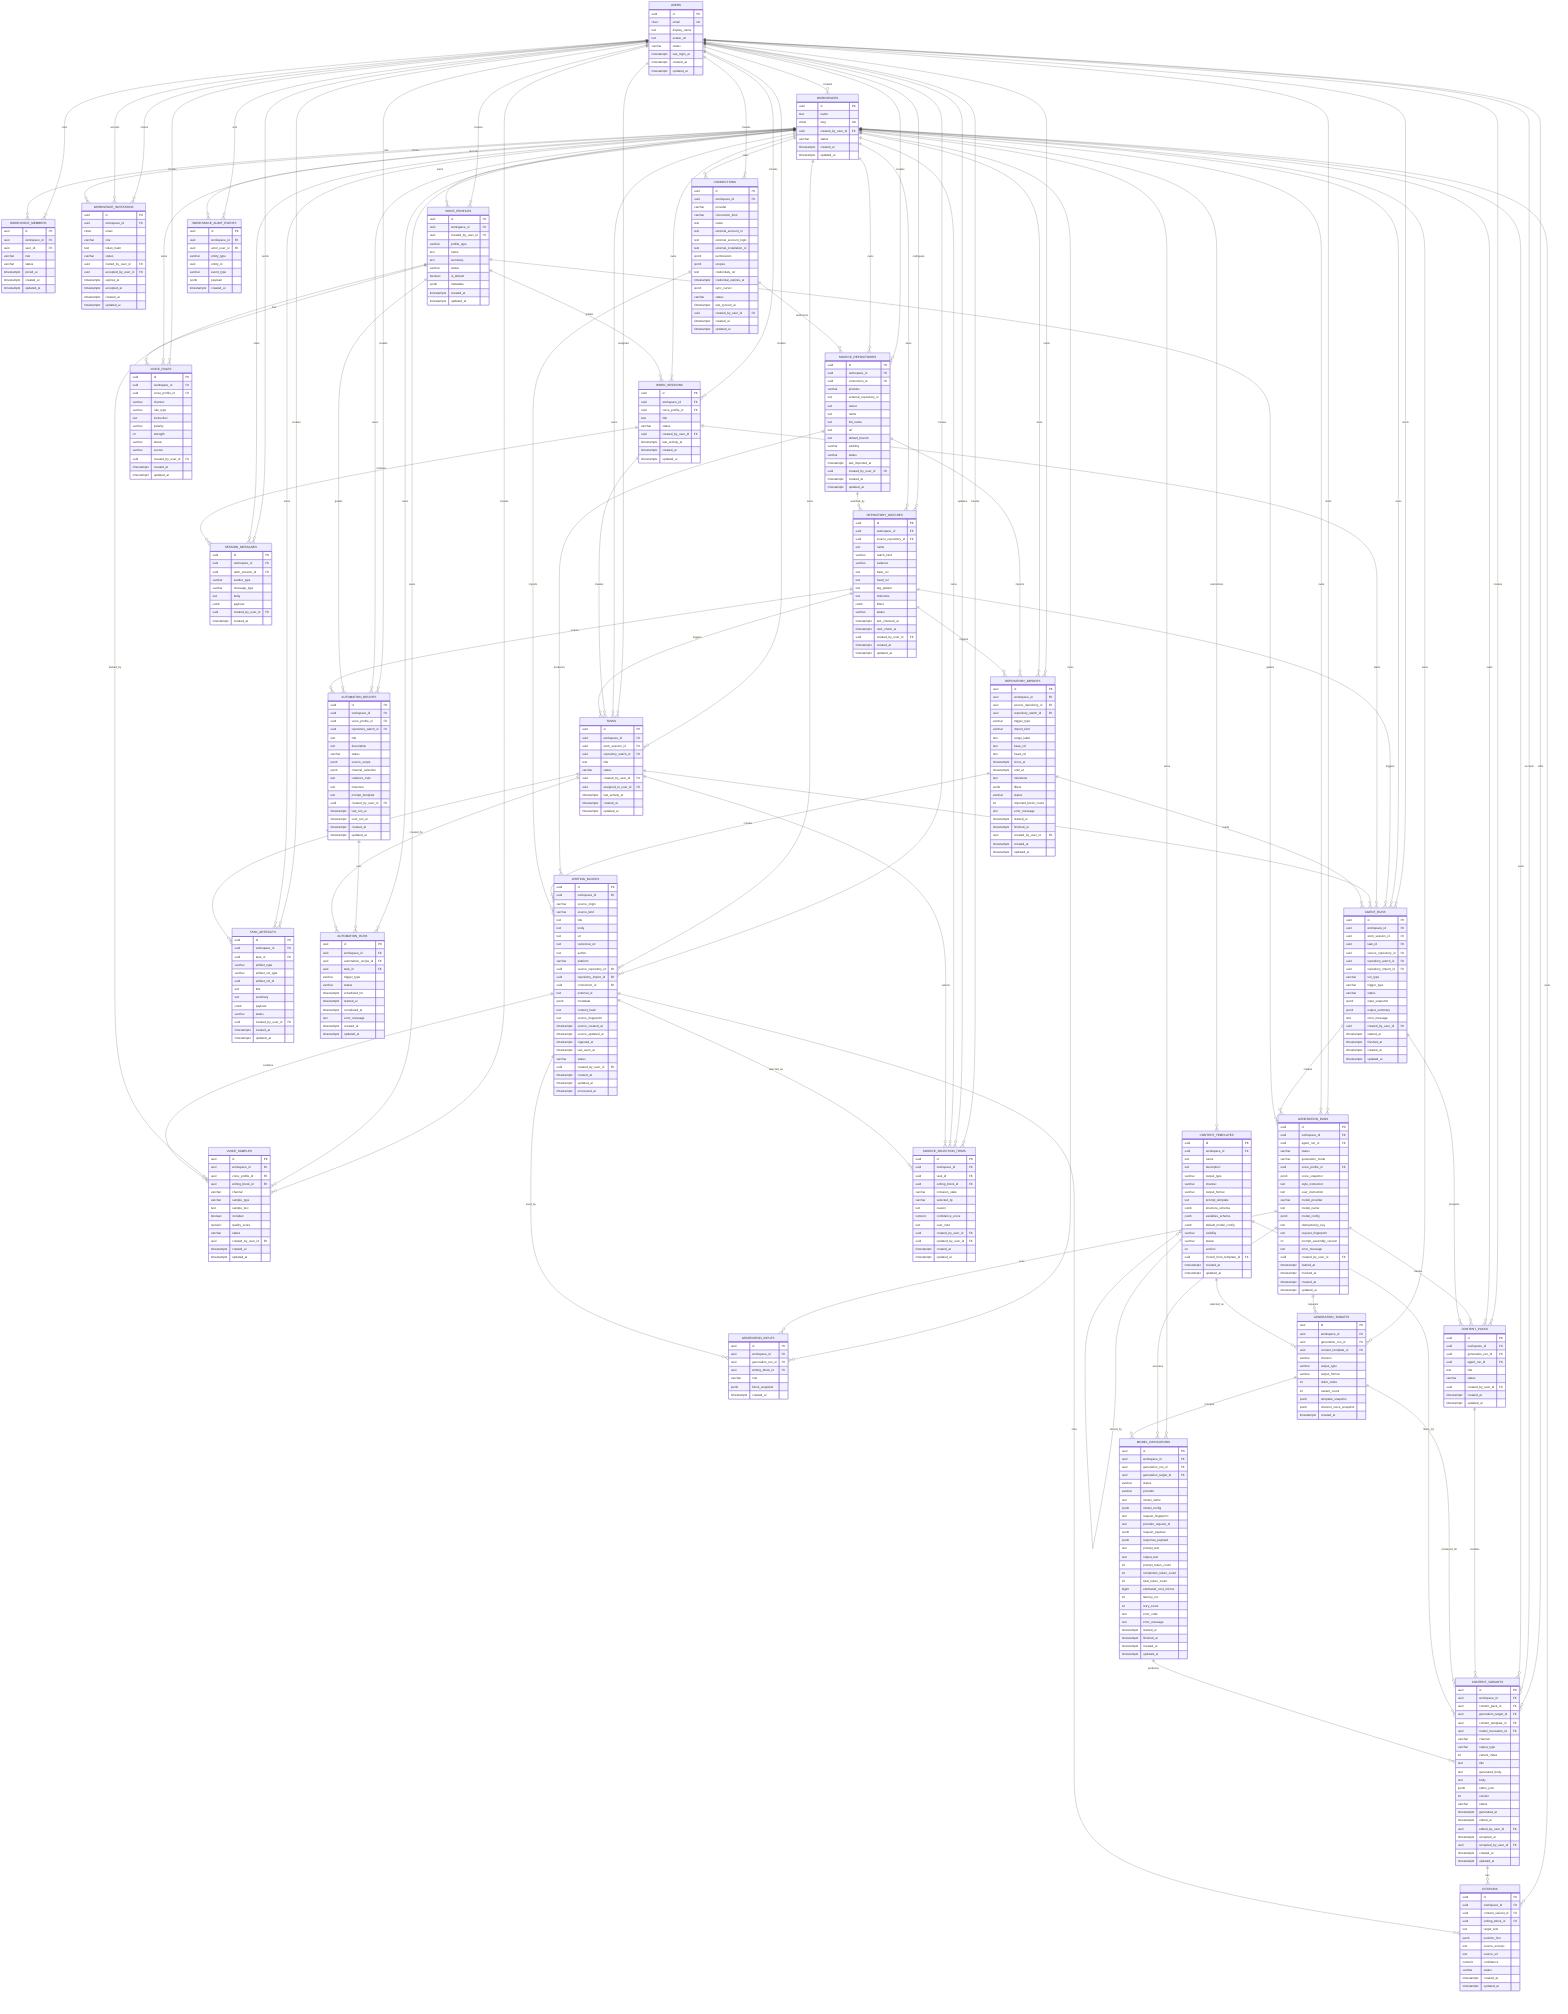
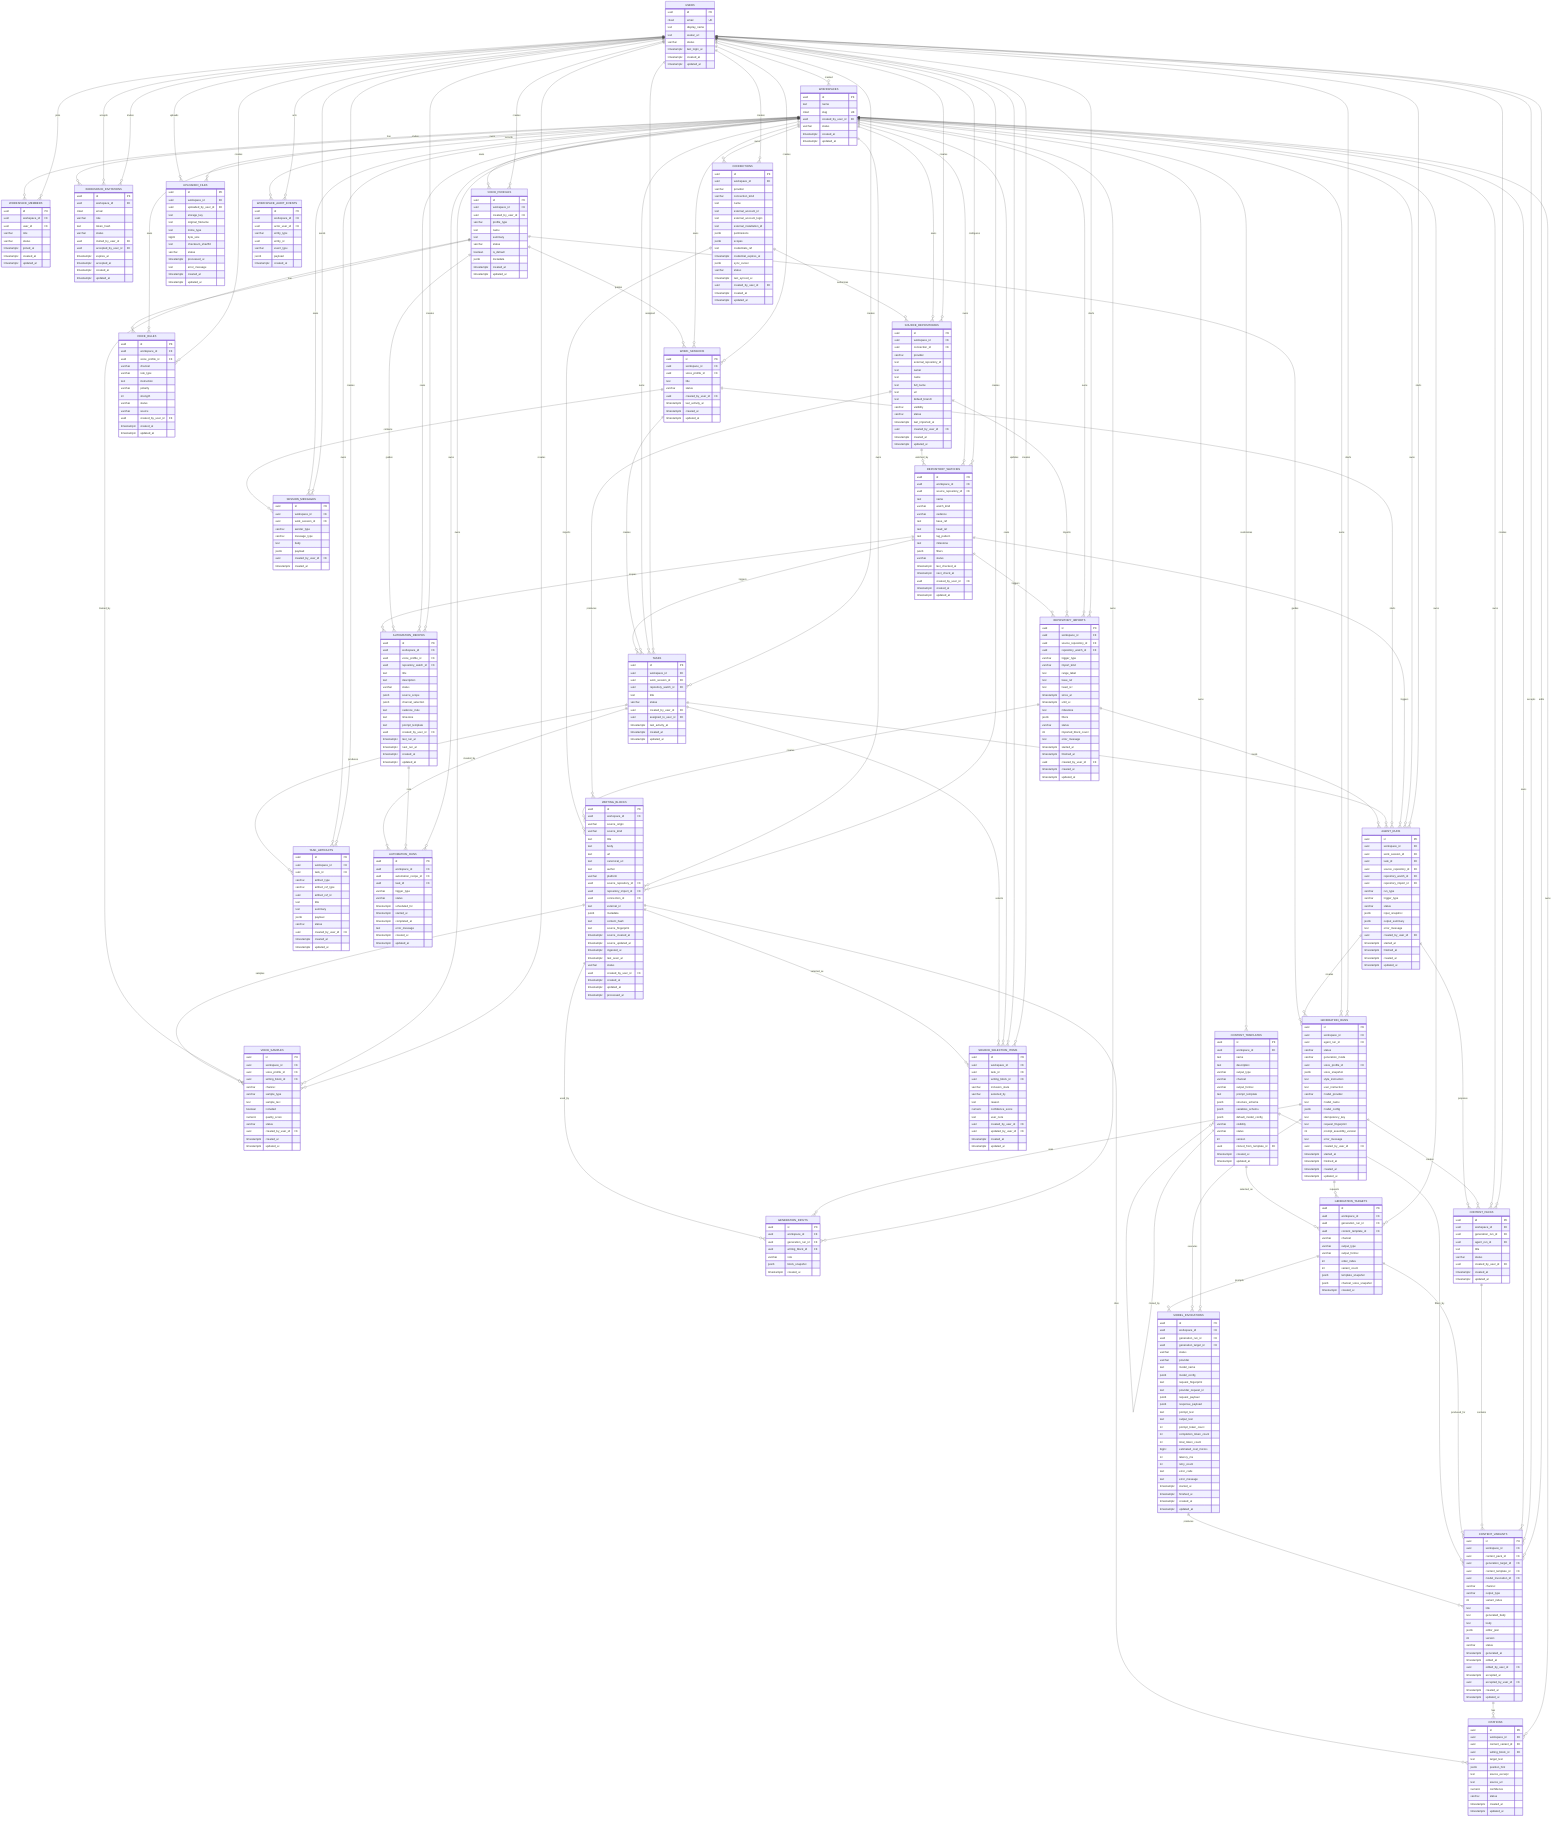
erDiagram
    USERS {
        uuid id PK
        citext email UK
        text display_name
        text avatar_url
        varchar status
        timestamptz last_login_at
        timestamptz created_at
        timestamptz updated_at
    }

    WORKSPACES {
        uuid id PK
        text name
        citext slug UK
        uuid created_by_user_id FK
        varchar status
        timestamptz created_at
        timestamptz updated_at
    }

    WORKSPACE_MEMBERS {
        uuid id PK
        uuid workspace_id FK
        uuid user_id FK
        varchar role
        varchar status
        timestamptz joined_at
        timestamptz created_at
        timestamptz updated_at
    }

    WORKSPACE_INVITATIONS {
        uuid id PK
        uuid workspace_id FK
        citext email
        varchar role
        text token_hash
        varchar status
        uuid invited_by_user_id FK
        uuid accepted_by_user_id FK
        timestamptz expires_at
        timestamptz accepted_at
        timestamptz created_at
        timestamptz updated_at
    }

    SOURCE_REPOSITORIES {
        uuid id PK
        uuid workspace_id FK
        uuid connection_id FK
        varchar provider
        text external_repository_id
        text owner
        text name
        text full_name
        text url
        text default_branch
        varchar visibility
        varchar status
        timestamptz last_imported_at
        uuid created_by_user_id FK
        timestamptz created_at
        timestamptz updated_at
    }

    REPOSITORY_WATCHES {
        uuid id PK
        uuid workspace_id FK
        uuid source_repository_id FK
        text name
        varchar watch_kind
        varchar cadence
        text base_ref
        text head_ref
        text tag_pattern
        text milestone
        jsonb filters
        varchar status
        timestamptz last_checked_at
        timestamptz next_check_at
        uuid created_by_user_id FK
        timestamptz created_at
        timestamptz updated_at
    }

    REPOSITORY_IMPORTS {
        uuid id PK
        uuid workspace_id FK
        uuid source_repository_id FK
        uuid repository_watch_id FK
        varchar trigger_type
        varchar import_kind
        text range_label
        text base_ref
        text head_ref
        timestamptz since_at
        timestamptz until_at
        text milestone
        jsonb filters
        varchar status
        int imported_block_count
        text error_message
        timestamptz started_at
        timestamptz finished_at
        uuid created_by_user_id FK
        timestamptz created_at
        timestamptz updated_at
    }

    CONNECTIONS {
        uuid id PK
        uuid workspace_id FK
        varchar provider
        varchar connection_kind
        text name
        text external_account_id
        text external_account_login
        text external_installation_id
        jsonb permissions
        jsonb scopes
        text credentials_ref
        timestamptz credential_expires_at
        jsonb sync_cursor
        varchar status
        timestamptz last_synced_at
        uuid created_by_user_id FK
        timestamptz created_at
        timestamptz updated_at
    }

    WRITING_BLOCKS {
        uuid id PK
        uuid workspace_id FK
        varchar source_origin
        varchar source_kind
        text title
        text body
        text url
        text canonical_url
        text author
        varchar platform
        uuid source_repository_id FK
        uuid repository_import_id FK
        uuid connection_id FK
        text external_id
        jsonb metadata
        text content_hash
        text source_fingerprint
        timestamptz source_created_at
        timestamptz source_updated_at
        timestamptz ingested_at
        timestamptz last_seen_at
        varchar status
        uuid created_by_user_id FK
        timestamptz created_at
        timestamptz updated_at
        timestamptz processed_at
+     }
+ 
+     UPLOADED_FILES {
+         uuid id PK
+         uuid workspace_id FK
+         uuid uploaded_by_user_id FK
+         text storage_key
+         text original_filename
+         text mime_type
+         bigint byte_size
+         text checksum_sha256
+         varchar status
+         timestamptz processed_at
+         text error_message
+         timestamptz created_at
+         timestamptz updated_at
    }

    VOICE_PROFILES {
        uuid id PK
        uuid workspace_id FK
        uuid created_by_user_id FK
        varchar profile_type
        text name
        text summary
        varchar status
        boolean is_default
        jsonb metadata
        timestamptz created_at
        timestamptz updated_at
    }

    VOICE_SAMPLES {
        uuid id PK
        uuid workspace_id FK
        uuid voice_profile_id FK
        uuid writing_block_id FK
        varchar channel
        varchar sample_type
        text sample_text
        boolean included
        numeric quality_score
        varchar status
        uuid created_by_user_id FK
        timestamptz created_at
        timestamptz updated_at
    }

    VOICE_RULES {
        uuid id PK
        uuid workspace_id FK
        uuid voice_profile_id FK
        varchar channel
        varchar rule_type
        text instruction
        varchar polarity
        int strength
        varchar status
        varchar source
        uuid created_by_user_id FK
        timestamptz created_at
        timestamptz updated_at
    }

    CONTENT_TEMPLATES {
        uuid id PK
        uuid workspace_id FK
        text name
        text description
        varchar output_type
        varchar channel
        varchar output_format
        text prompt_template
        jsonb structure_schema
        jsonb variables_schema
        jsonb default_model_config
        varchar visibility
        varchar status
        int version
        uuid cloned_from_template_id FK
        timestamptz created_at
        timestamptz updated_at
    }

    WORK_SESSIONS {
        uuid id PK
        uuid workspace_id FK
        uuid voice_profile_id FK
        text title
        varchar status
        uuid created_by_user_id FK
        timestamptz last_activity_at
        timestamptz created_at
        timestamptz updated_at
    }

    SESSION_MESSAGES {
        uuid id PK
        uuid workspace_id FK
        uuid work_session_id FK
        varchar sender_type
        varchar message_type
        text body
        jsonb payload
        uuid created_by_user_id FK
        timestamptz created_at
    }

    TASKS {
        uuid id PK
        uuid workspace_id FK
        uuid work_session_id FK
        uuid repository_watch_id FK
        text title
        varchar status
        uuid created_by_user_id FK
        uuid assigned_to_user_id FK
        timestamptz last_activity_at
        timestamptz created_at
        timestamptz updated_at
    }

    TASK_ARTIFACTS {
        uuid id PK
        uuid workspace_id FK
        uuid task_id FK
        varchar artifact_type
        varchar artifact_ref_type
        uuid artifact_ref_id
        text title
        text summary
        jsonb payload
        varchar status
        uuid created_by_user_id FK
        timestamptz created_at
        timestamptz updated_at
    }

    SOURCE_SELECTION_ITEMS {
        uuid id PK
        uuid workspace_id FK
        uuid task_id FK
        uuid writing_block_id FK
        varchar inclusion_state
        varchar selected_by
        text reason
        numeric confidence_score
        text user_note
        uuid created_by_user_id FK
        uuid updated_by_user_id FK
        timestamptz created_at
        timestamptz updated_at
    }

    AUTOMATION_RECIPES {
        uuid id PK
        uuid workspace_id FK
        uuid voice_profile_id FK
        uuid repository_watch_id FK
        text title
        text description
        varchar status
        jsonb source_scope
        jsonb channel_selection
        text cadence_rrule
        text timezone
        text prompt_template
        uuid created_by_user_id FK
        timestamptz last_run_at
        timestamptz next_run_at
        timestamptz created_at
        timestamptz updated_at
    }

    AUTOMATION_RUNS {
        uuid id PK
        uuid workspace_id FK
        uuid automation_recipe_id FK
        uuid task_id FK
        varchar trigger_type
        varchar status
        timestamptz scheduled_for
        timestamptz started_at
        timestamptz completed_at
        text error_message
        timestamptz created_at
        timestamptz updated_at
    }

    AGENT_RUNS {
        uuid id PK
        uuid workspace_id FK
        uuid work_session_id FK
        uuid task_id FK
        uuid source_repository_id FK
        uuid repository_watch_id FK
        uuid repository_import_id FK
        varchar run_type
        varchar trigger_type
        varchar status
        jsonb input_snapshot
        jsonb output_summary
        text error_message
        uuid created_by_user_id FK
        timestamptz started_at
        timestamptz finished_at
        timestamptz created_at
        timestamptz updated_at
    }

    GENERATION_RUNS {
        uuid id PK
        uuid workspace_id FK
        uuid agent_run_id FK
        varchar status
        varchar generation_mode
        uuid voice_profile_id FK
        jsonb voice_snapshot
        text style_instruction
        text user_instruction
        varchar model_provider
        text model_name
        jsonb model_config
        text idempotency_key
        text request_fingerprint
        int prompt_assembly_version
        text error_message
        uuid created_by_user_id FK
        timestamptz started_at
        timestamptz finished_at
        timestamptz created_at
        timestamptz updated_at
    }

    GENERATION_INPUTS {
        uuid id PK
        uuid workspace_id FK
        uuid generation_run_id FK
        uuid writing_block_id FK
        varchar role
        jsonb block_snapshot
        timestamptz created_at
    }

    GENERATION_TARGETS {
        uuid id PK
        uuid workspace_id FK
        uuid generation_run_id FK
        uuid content_template_id FK
        varchar channel
        varchar output_type
        varchar output_format
        int order_index
        int variant_count
        jsonb template_snapshot
        jsonb channel_voice_snapshot
        timestamptz created_at
    }

    MODEL_INVOCATIONS {
        uuid id PK
        uuid workspace_id FK
        uuid generation_run_id FK
        uuid generation_target_id FK
        varchar status
        varchar provider
        text model_name
        jsonb model_config
        text request_fingerprint
        text provider_request_id
        jsonb request_payload
        jsonb response_payload
        text prompt_text
        text output_text
        int prompt_token_count
        int completion_token_count
        int total_token_count
        bigint estimated_cost_micros
        int latency_ms
        int retry_count
        text error_code
        text error_message
        timestamptz started_at
        timestamptz finished_at
        timestamptz created_at
        timestamptz updated_at
    }

    CONTENT_PACKS {
        uuid id PK
        uuid workspace_id FK
        uuid generation_run_id FK
        uuid agent_run_id FK
        text title
        varchar status
        uuid created_by_user_id FK
        timestamptz created_at
        timestamptz updated_at
    }

    CONTENT_VARIANTS {
        uuid id PK
        uuid workspace_id FK
        uuid content_pack_id FK
        uuid generation_target_id FK
        uuid content_template_id FK
        uuid model_invocation_id FK
        varchar channel
        varchar output_type
        int variant_index
        text title
        text generated_body
        text body
        jsonb editor_json
        int version
        varchar status
        timestamptz generated_at
        timestamptz edited_at
        uuid edited_by_user_id FK
        timestamptz accepted_at
        uuid accepted_by_user_id FK
        timestamptz created_at
        timestamptz updated_at
    }

    CITATIONS {
        uuid id PK
        uuid workspace_id FK
        uuid content_variant_id FK
        uuid writing_block_id FK
        text target_text
        jsonb position_hint
        text source_excerpt
        text source_url
        numeric confidence
        varchar status
        timestamptz created_at
        timestamptz updated_at
    }

    WORKSPACE_AUDIT_EVENTS {
        uuid id PK
        uuid workspace_id FK
        uuid actor_user_id FK
        varchar entity_type
        uuid entity_id
        varchar event_type
        jsonb payload
        timestamptz created_at
    }

    USERS ||--o{ WORKSPACES : created
    USERS ||--o{ WORKSPACE_MEMBERS : joins
    USERS ||--o{ WORKSPACE_INVITATIONS : invites
    USERS ||--o{ WORKSPACE_INVITATIONS : accepts
    USERS ||--o{ SOURCE_REPOSITORIES : creates
    USERS ||--o{ REPOSITORY_WATCHES : configures
    USERS ||--o{ REPOSITORY_IMPORTS : starts
    USERS ||--o{ CONNECTIONS : creates
    USERS ||--o{ WRITING_BLOCKS : creates
    USERS ||--o{ VOICE_PROFILES : creates
    USERS ||--o{ VOICE_SAMPLES : creates
    USERS ||--o{ VOICE_RULES : creates
    USERS ||--o{ WORK_SESSIONS : creates
    USERS ||--o{ SESSION_MESSAGES : sends
    USERS ||--o{ TASKS : creates
    USERS ||--o{ TASKS : assigned
    USERS ||--o{ TASK_ARTIFACTS : creates
    USERS ||--o{ SOURCE_SELECTION_ITEMS : creates
    USERS ||--o{ SOURCE_SELECTION_ITEMS : updates
    USERS ||--o{ AUTOMATION_RECIPES : creates
    USERS ||--o{ AGENT_RUNS : starts
    USERS ||--o{ GENERATION_RUNS : starts
    USERS ||--o{ CONTENT_PACKS : creates
    USERS ||--o{ CONTENT_VARIANTS : edits
    USERS ||--o{ CONTENT_VARIANTS : accepts
    USERS ||--o{ WORKSPACE_AUDIT_EVENTS : acts

    WORKSPACES ||--o{ WORKSPACE_MEMBERS : has
    WORKSPACES ||--o{ WORKSPACE_INVITATIONS : invites
    WORKSPACES ||--o{ SOURCE_REPOSITORIES : owns
    WORKSPACES ||--o{ REPOSITORY_WATCHES : owns
    WORKSPACES ||--o{ REPOSITORY_IMPORTS : owns
    WORKSPACES ||--o{ CONNECTIONS : owns
    WORKSPACES ||--o{ WRITING_BLOCKS : owns
+     WORKSPACES ||--o{ UPLOADED_FILES : owns
+     USERS ||--o{ UPLOADED_FILES : uploads
    WORKSPACES ||--o{ VOICE_PROFILES : owns
    WORKSPACES ||--o{ VOICE_SAMPLES : owns
    WORKSPACES ||--o{ VOICE_RULES : owns
    WORKSPACES ||--o{ CONTENT_TEMPLATES : customizes
    WORKSPACES ||--o{ WORK_SESSIONS : owns
    WORKSPACES ||--o{ SESSION_MESSAGES : owns
    WORKSPACES ||--o{ TASKS : owns
    WORKSPACES ||--o{ TASK_ARTIFACTS : owns
    WORKSPACES ||--o{ SOURCE_SELECTION_ITEMS : owns
    WORKSPACES ||--o{ AUTOMATION_RECIPES : owns
    WORKSPACES ||--o{ AUTOMATION_RUNS : owns
    WORKSPACES ||--o{ AGENT_RUNS : owns
    WORKSPACES ||--o{ GENERATION_RUNS : owns
    WORKSPACES ||--o{ GENERATION_INPUTS : owns
    WORKSPACES ||--o{ GENERATION_TARGETS : owns
    WORKSPACES ||--o{ MODEL_INVOCATIONS : owns
    WORKSPACES ||--o{ CONTENT_PACKS : owns
    WORKSPACES ||--o{ CONTENT_VARIANTS : owns
    WORKSPACES ||--o{ CITATIONS : owns
    WORKSPACES ||--o{ WORKSPACE_AUDIT_EVENTS : records

    CONNECTIONS ||--o{ SOURCE_REPOSITORIES : authorizes
    SOURCE_REPOSITORIES ||--o{ REPOSITORY_WATCHES : watched_by
    SOURCE_REPOSITORIES ||--o{ REPOSITORY_IMPORTS : imports
    REPOSITORY_WATCHES ||--o{ REPOSITORY_IMPORTS : triggers
    SOURCE_REPOSITORIES ||--o{ WRITING_BLOCKS : produces
    REPOSITORY_IMPORTS ||--o{ WRITING_BLOCKS : creates
    CONNECTIONS ||--o{ WRITING_BLOCKS : imports
    VOICE_PROFILES ||--o{ VOICE_SAMPLES : trained_by
    WRITING_BLOCKS ||--o{ VOICE_SAMPLES : samples
    VOICE_PROFILES ||--o{ VOICE_RULES : has
    CONTENT_TEMPLATES ||--o{ CONTENT_TEMPLATES : cloned_by

    VOICE_PROFILES ||--o{ WORK_SESSIONS : guides
    WORK_SESSIONS ||--o{ SESSION_MESSAGES : contains
    WORK_SESSIONS ||--o{ TASKS : creates
    REPOSITORY_WATCHES ||--o{ TASKS : triggers
    TASKS ||--o{ TASK_ARTIFACTS : produces
    TASKS ||--o{ SOURCE_SELECTION_ITEMS : selects
    WRITING_BLOCKS ||--o{ SOURCE_SELECTION_ITEMS : selected_as
    VOICE_PROFILES ||--o{ AUTOMATION_RECIPES : guides
    REPOSITORY_WATCHES ||--o{ AUTOMATION_RECIPES : scopes
    AUTOMATION_RECIPES ||--o{ AUTOMATION_RUNS : runs
    TASKS ||--o{ AUTOMATION_RUNS : created_by

    REPOSITORY_WATCHES ||--o{ AGENT_RUNS : triggers
    WORK_SESSIONS ||--o{ AGENT_RUNS : starts
    TASKS ||--o{ AGENT_RUNS : executes
    REPOSITORY_IMPORTS ||--o{ AGENT_RUNS : feeds
    AGENT_RUNS ||--o{ GENERATION_RUNS : creates
    VOICE_PROFILES ||--o{ GENERATION_RUNS : guides
    GENERATION_RUNS ||--o{ GENERATION_INPUTS : uses
    WRITING_BLOCKS ||--o{ GENERATION_INPUTS : used_by
    GENERATION_RUNS ||--o{ GENERATION_TARGETS : requests
    CONTENT_TEMPLATES ||--o{ GENERATION_TARGETS : selected_as
    GENERATION_RUNS ||--o{ MODEL_INVOCATIONS : executes
    GENERATION_TARGETS ||--o{ MODEL_INVOCATIONS : prompts
    GENERATION_RUNS ||--o{ CONTENT_PACKS : creates
    AGENT_RUNS ||--o{ CONTENT_PACKS : prepares
    CONTENT_PACKS ||--o{ CONTENT_VARIANTS : contains
    GENERATION_TARGETS ||--o{ CONTENT_VARIANTS : produced_for
    CONTENT_TEMPLATES ||--o{ CONTENT_VARIANTS : filters_by
    MODEL_INVOCATIONS ||--o{ CONTENT_VARIANTS : produces
    CONTENT_VARIANTS ||--o{ CITATIONS : has
    WRITING_BLOCKS ||--o{ CITATIONS : cites
